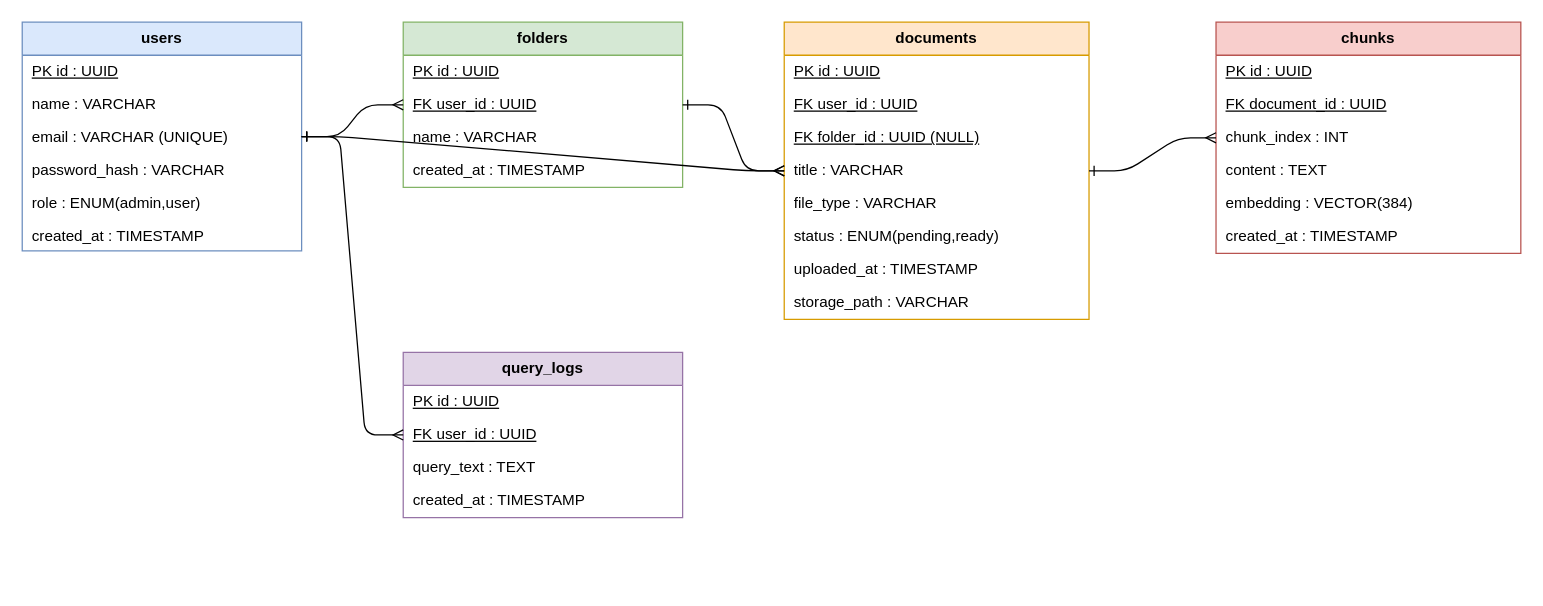
This is docs/notevault_er_diagram.drawio from Gagancreates/notevault, a draw.io file, before an edit. Source tidied: cells renumbered, new cells numbered last; positions are measured from the earlier drawing's top-left corner, leaving out a move shared by most shapes. Both pictures are drawn from the tidied source at 127%, with x=0, y=0 at pixel (22, 22).
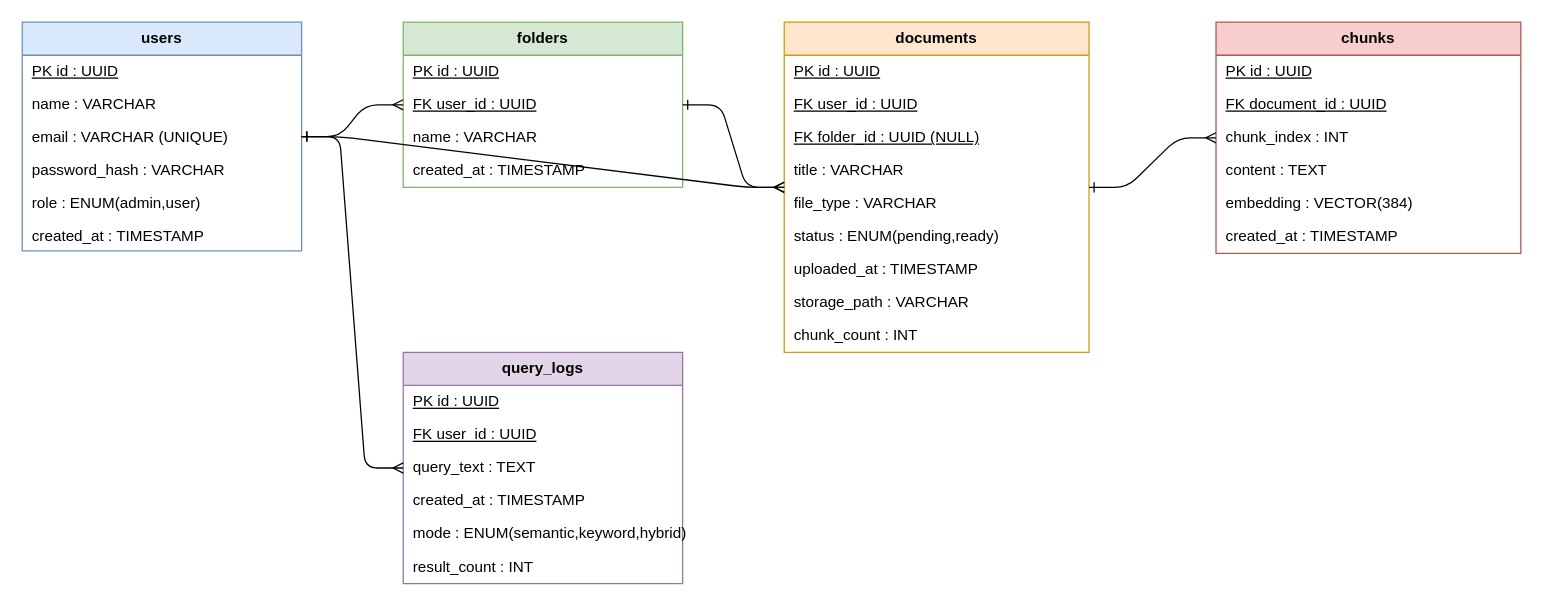
Above is the later version.

Commit message:
ER diagram: add columns introduced in 02_alter.sql

documents.chunk_count, query_logs.mode and query_logs.result_count.

Diff of the diagram source:
```diff
@@
     <mxCell id="14" value="documents" style="swimlane;whiteSpace=wrap;html=1;startSize=26;fillColor=#ffe6cc;strokeColor=#d79b00;fontStyle=1;" parent="1" vertex="1">
-      <mxGeometry x="600" width="240" height="234" as="geometry" />
+      <mxGeometry x="600" width="240" height="260" as="geometry" />
     </mxCell>
@@
+    <mxCell id="40" value="chunk_count : INT" style="text;html=1;align=left;verticalAlign=middle;spacingLeft=6;" parent="14" vertex="1">
+      <mxGeometry y="234" width="240" height="26" as="geometry" />
+    </mxCell>
@@
     <mxCell id="30" value="query_logs" style="swimlane;whiteSpace=wrap;html=1;startSize=26;fillColor=#e1d5e7;strokeColor=#9673a6;fontStyle=1;" parent="1" vertex="1">
-      <mxGeometry x="300" y="260" width="220" height="130" as="geometry" />
+      <mxGeometry x="300" y="260" width="220" height="182" as="geometry" />
     </mxCell>
@@
+    <mxCell id="41" value="mode : ENUM(semantic,keyword,hybrid)" style="text;html=1;align=left;verticalAlign=middle;spacingLeft=6;" parent="30" vertex="1">
+      <mxGeometry y="130" width="220" height="26" as="geometry" />
+    </mxCell>
+    <mxCell id="42" value="result_count : INT" style="text;html=1;align=left;verticalAlign=middle;spacingLeft=6;" parent="30" vertex="1">
+      <mxGeometry y="156" width="220" height="26" as="geometry" />
+    </mxCell>
```
